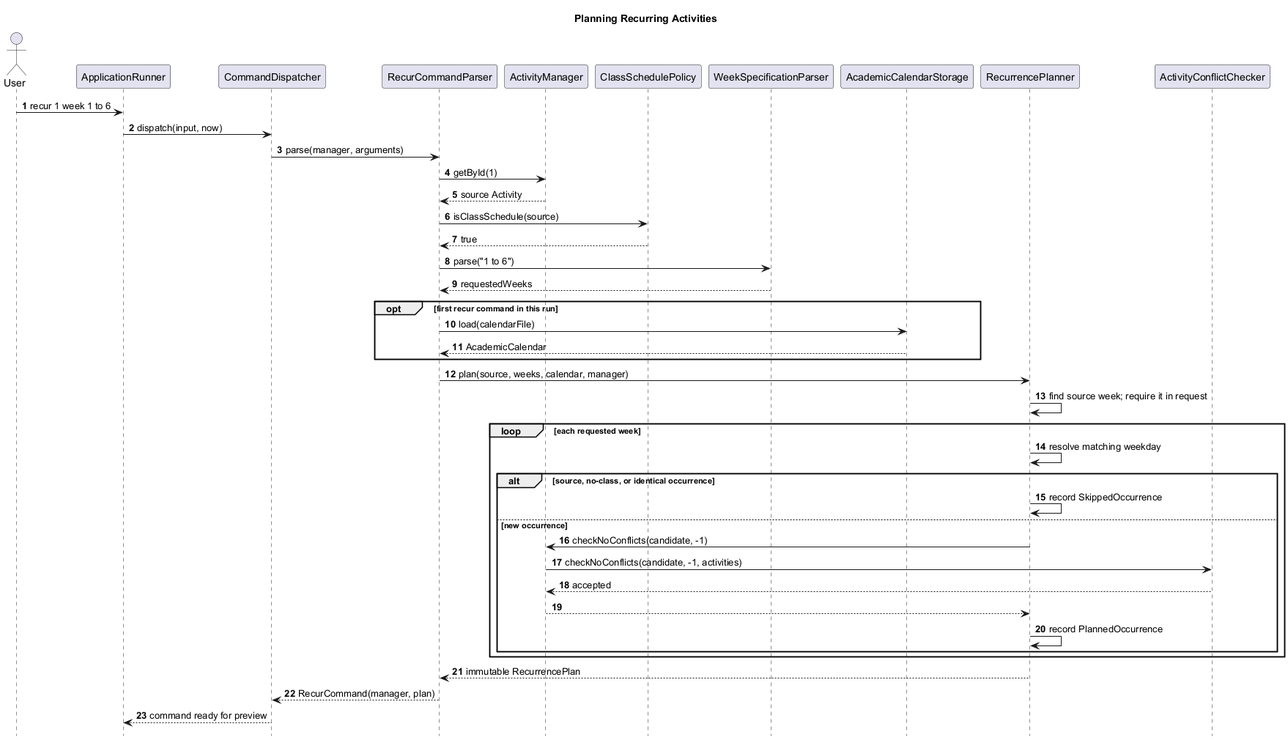
Before: docs/diagrams/sequence/RecurrencePlanningSequence.png, a diagram exported from PlantUML (lukelouyu/SelfTeamProject).
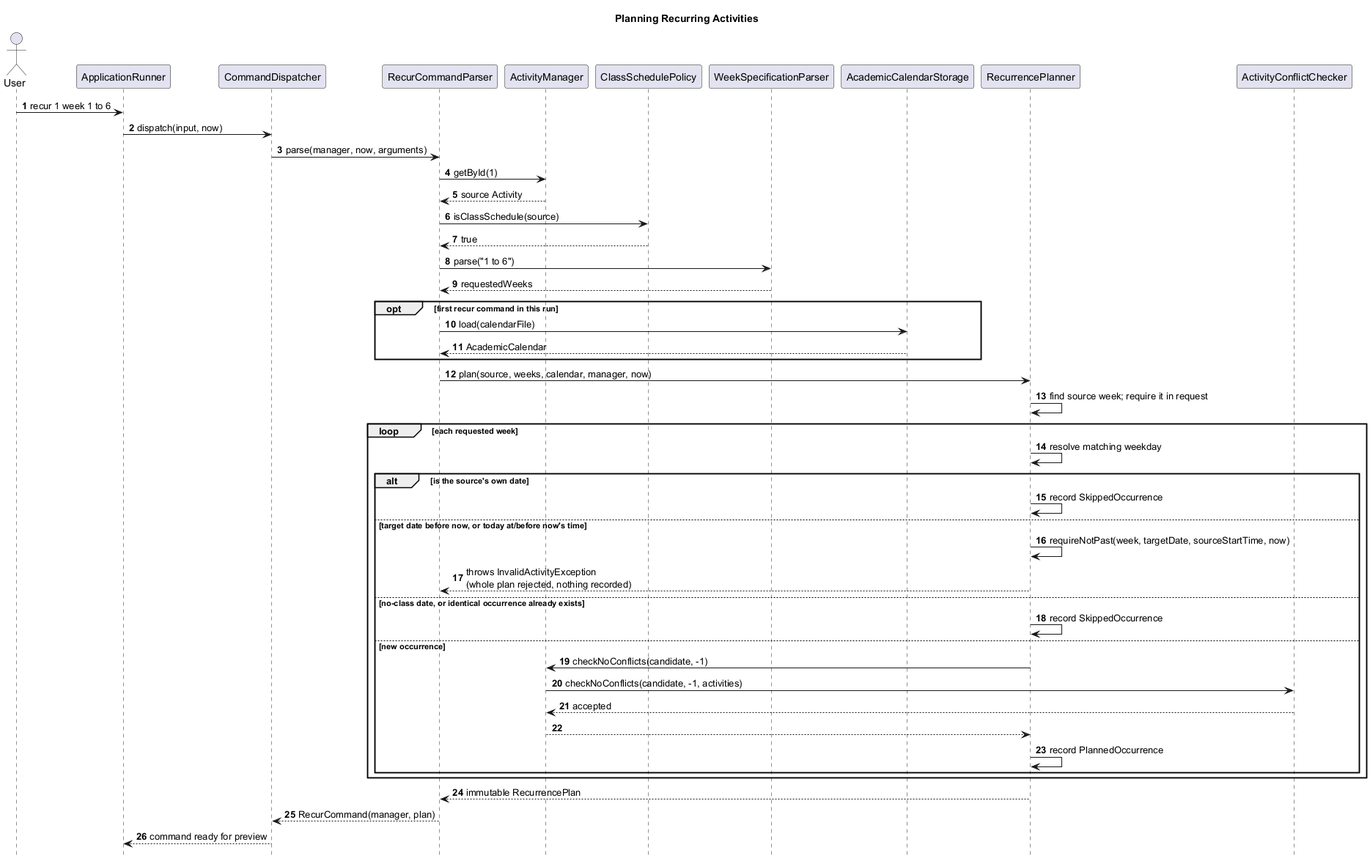
The same file after the commit.

The edit, as a diff of the source:
```diff
@@ -18,7 +18,7 @@
 
 User -> Runner : recur 1 week 1 to 6
 Runner -> Dispatcher : dispatch(input, now)
-Dispatcher -> Parser : parse(manager, arguments)
+Dispatcher -> Parser : parse(manager, now, arguments)
 Parser -> Manager : getById(1)
 Manager --> Parser : source Activity
 Parser -> Policy : isClassSchedule(source)
@@ -29,11 +29,16 @@
   Parser -> CalendarStorage : load(calendarFile)
   CalendarStorage --> Parser : AcademicCalendar
 end
-Parser -> Planner : plan(source, weeks, calendar, manager)
+Parser -> Planner : plan(source, weeks, calendar, manager, now)
 Planner -> Planner : find source week; require it in request
 loop each requested week
   Planner -> Planner : resolve matching weekday
-  alt source, no-class, or identical occurrence
+  alt is the source's own date
+    Planner -> Planner : record SkippedOccurrence
+  else target date before now, or today at/before now's time
+    Planner -> Planner : requireNotPast(week, targetDate, sourceStartTime, now)
+    Planner --> Parser : throws InvalidActivityException\n(whole plan rejected, nothing recorded)
+  else no-class date, or identical occurrence already exists
     Planner -> Planner : record SkippedOccurrence
   else new occurrence
     Planner -> Manager : checkNoConflicts(candidate, -1)
```
